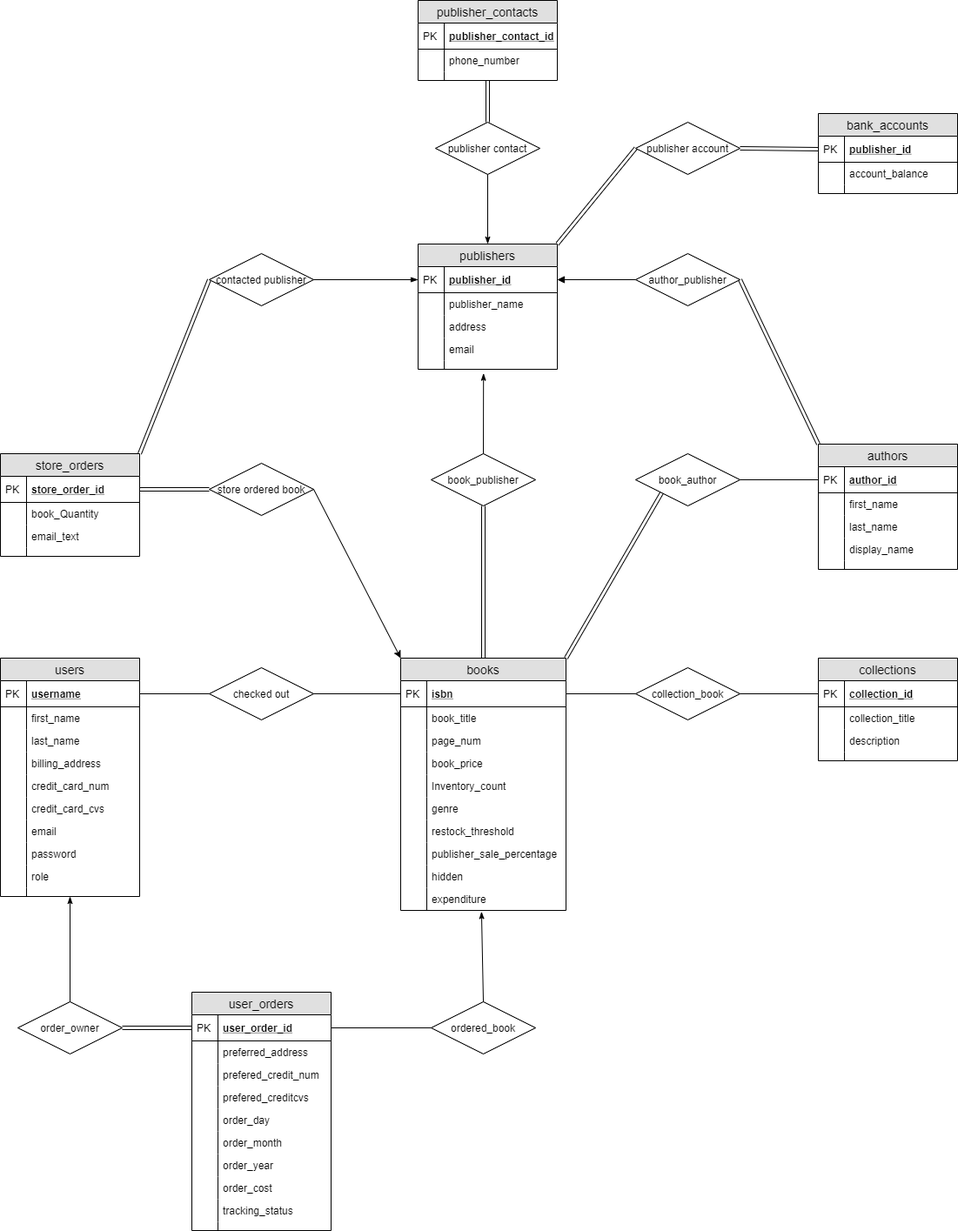
The draw.io diagram docs/erd.png in DarkHorse0311/BookStore_golang_react, before a commit. Source tidied: cells renumbered, new cells last; positions are measured from the earlier drawing's top-left corner, leaving out a move shared by most shapes.
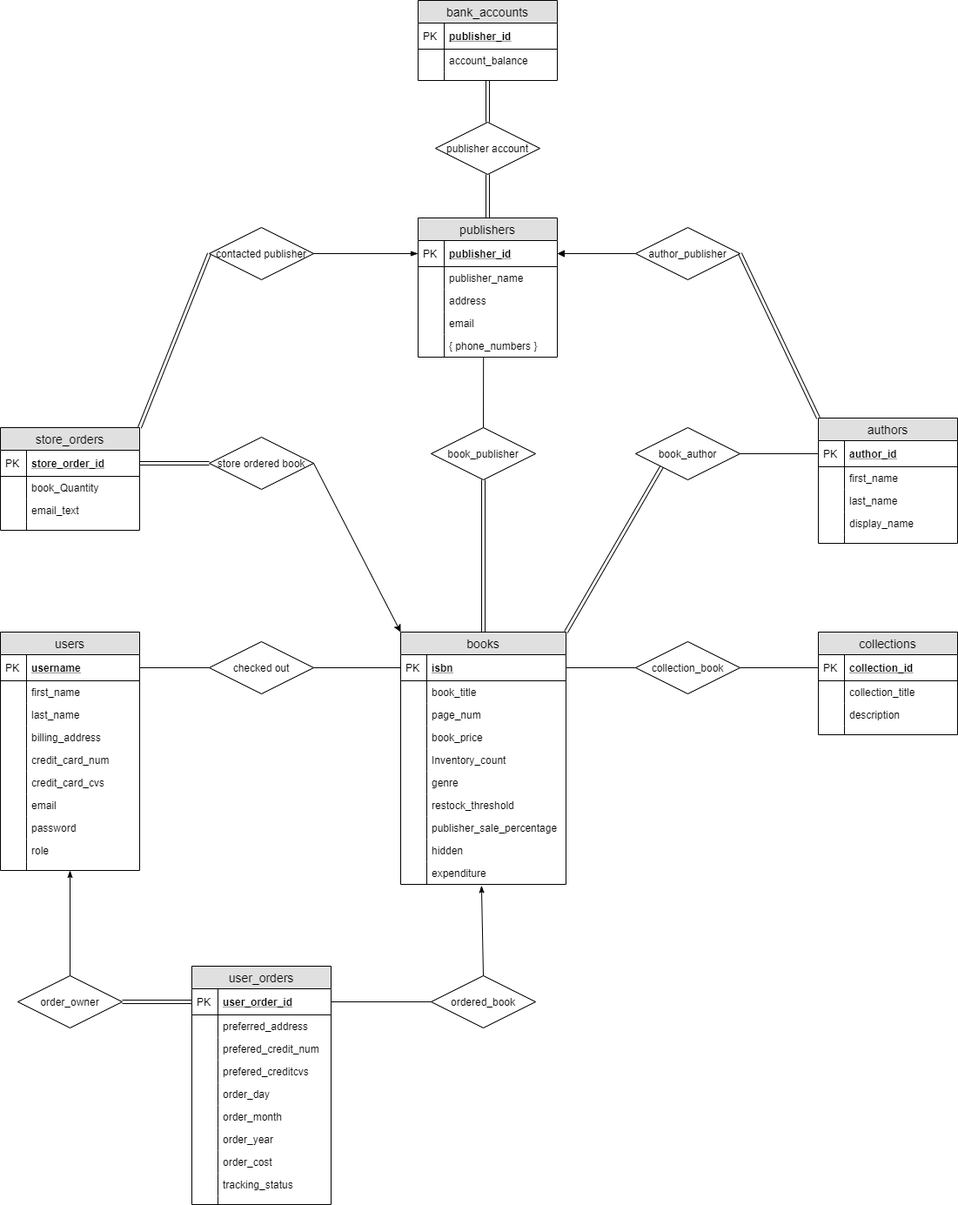
After the commit.

Change to the diagram source:
```diff
@@ -284,11 +284,13 @@
     <mxCell id="95" style="shape=link;html=1;exitX=0.5;exitY=0;exitDx=0;exitDy=0;entryX=0.5;entryY=1;entryDx=0;entryDy=0;" parent="1" edge="1" source="2" target="94">
       <mxGeometry relative="1" as="geometry" />
     </mxCell>
-    <mxCell id="96" style="endArrow=classicThin;html=1;entryX=0.47;entryY=1.465;entryDx=0;entryDy=0;entryPerimeter=0;exitX=0.5;exitY=0;exitDx=0;exitDy=0;endFill=1;" parent="1" edge="1" source="94" target="106">
-      <mxGeometry relative="1" as="geometry" />
+    <mxCell id="96" style="endArrow=classicThin;html=1;entryX=0.47;entryY=1.465;entryDx=0;entryDy=0;entryPerimeter=0;exitX=0.5;exitY=0;exitDx=0;exitDy=0;endFill=1;" parent="1" edge="1" source="94">
+      <mxGeometry relative="1" as="geometry">
+        <mxPoint x="555.2" y="428.7" as="targetPoint" />
+      </mxGeometry>
     </mxCell>
     <mxCell id="97" value="publishers" style="swimlane;fontStyle=0;horizontal=1;startSize=26;fillColor=#e0e0e0;swimlaneFillColor=#ffffff;align=center;fontSize=14;" parent="1" vertex="1">
-      <mxGeometry x="480" y="280" width="160" height="144" as="geometry" />
+      <mxGeometry x="480" y="280" width="160" height="160" as="geometry" />
     </mxCell>
     <mxCell id="98" value="publisher_id" style="shape=partialRectangle;top=0;left=0;right=0;bottom=1;align=left;verticalAlign=middle;fillColor=none;spacingLeft=34;spacingRight=4;overflow=hidden;points=[[0,0.5],[1,0.5]];portConstraint=eastwest;fontStyle=5;fontSize=12;" parent="97" vertex="1">
       <mxGeometry y="26" width="160" height="30" as="geometry" />
@@ -314,12 +316,12 @@
     <mxCell id="105" style="shape=partialRectangle;top=0;left=0;bottom=0;fillColor=none;align=left;verticalAlign=top;spacingLeft=4;spacingRight=4;overflow=hidden;fontSize=12;" parent="104" vertex="1">
       <mxGeometry width="30" height="26" as="geometry" />
     </mxCell>
-    <mxCell id="106" style="shape=partialRectangle;top=0;left=0;right=0;bottom=0;align=left;verticalAlign=top;fillColor=none;spacingLeft=34;spacingRight=4;overflow=hidden;points=[[0,0.5],[1,0.5]];portConstraint=eastwest;fontSize=12;" parent="97" vertex="1">
-      <mxGeometry y="134" width="160" height="10" as="geometry" />
-    </mxCell>
-    <mxCell id="107" style="shape=partialRectangle;top=0;left=0;bottom=0;fillColor=none;align=left;verticalAlign=top;spacingLeft=4;spacingRight=4;overflow=hidden;fontSize=12;" parent="106" vertex="1">
-      <mxGeometry width="30" height="10" as="geometry" />
-    </mxCell>
+    <mxCell id="152" value="{ phone_numbers }" style="shape=partialRectangle;top=0;left=0;right=0;bottom=0;align=left;verticalAlign=top;fillColor=none;spacingLeft=34;spacingRight=4;overflow=hidden;fontSize=12;" parent="97" vertex="1">
+      <mxGeometry y="134" width="160" height="26" as="geometry" />
+    </mxCell>
+    <mxCell id="138" style="shape=partialRectangle;top=0;left=0;bottom=0;fillColor=none;align=left;verticalAlign=top;spacingLeft=4;spacingRight=4;overflow=hidden;fontSize=12;" parent="152" vertex="1">
+      <mxGeometry width="30" height="26" as="geometry" />
+    </mxCell>
     <mxCell id="108" value="author_publisher" style="shape=rhombus;perimeter=rhombusPerimeter;whiteSpace=wrap;html=1;align=center;" parent="1" vertex="1">
       <mxGeometry x="730" y="291" width="120" height="60" as="geometry" />
     </mxCell>
@@ -389,41 +391,11 @@
     <mxCell id="130" style="shape=link;html=1;exitX=1;exitY=0;exitDx=0;exitDy=0;entryX=0;entryY=0.5;entryDx=0;entryDy=0;" parent="1" edge="1" source="118" target="127">
       <mxGeometry relative="1" as="geometry" />
     </mxCell>
-    <mxCell id="131" style="shape=link;html=1;rounded=0;exitX=1;exitY=0.5;exitDx=0;exitDy=0;entryX=0;entryY=0.5;entryDx=0;entryDy=0;strokeWidth=1;" parent="1" edge="1" source="149" target="143">
+    <mxCell id="131" style="shape=link;html=1;rounded=0;exitX=0.5;exitY=0;exitDx=0;exitDy=0;entryX=0.5;entryY=0.9;entryDx=0;entryDy=0;strokeWidth=1;entryPerimeter=0;" parent="1" edge="1" source="149" target="147">
       <mxGeometry relative="1" as="geometry" />
     </mxCell>
-    <mxCell id="132" style="shape=link;html=1;rounded=0;strokeWidth=1;entryX=0.5;entryY=0;entryDx=0;entryDy=0;" parent="1" edge="1" source="139" target="133">
-      <mxGeometry relative="1" as="geometry" />
-    </mxCell>
-    <mxCell id="133" value="publisher contact" style="shape=rhombus;perimeter=rhombusPerimeter;whiteSpace=wrap;html=1;align=center;strokeColor=#000000;" parent="1" vertex="1">
-      <mxGeometry x="500" y="140" width="120" height="60" as="geometry" />
-    </mxCell>
-    <mxCell id="134" value="publisher_contacts" style="swimlane;fontStyle=0;horizontal=1;startSize=26;fillColor=#e0e0e0;swimlaneFillColor=#ffffff;align=center;fontSize=14;" parent="1" vertex="1">
-      <mxGeometry x="480" width="160" height="92" as="geometry" />
-    </mxCell>
-    <mxCell id="135" value="publisher_contact_id" style="shape=partialRectangle;top=0;left=0;right=0;bottom=1;align=left;verticalAlign=middle;fillColor=none;spacingLeft=34;spacingRight=4;overflow=hidden;fontStyle=5;fontSize=12;" parent="134" vertex="1">
-      <mxGeometry y="26" width="160" height="30" as="geometry" />
-    </mxCell>
-    <mxCell id="136" value="PK" style="shape=partialRectangle;top=0;left=0;bottom=0;fillColor=none;align=left;verticalAlign=middle;spacingLeft=4;spacingRight=4;overflow=hidden;fontSize=12;" parent="135" vertex="1">
-      <mxGeometry width="30" height="30" as="geometry" />
-    </mxCell>
-    <mxCell id="137" value="phone_number" style="shape=partialRectangle;top=0;left=0;right=0;bottom=0;align=left;verticalAlign=top;fillColor=none;spacingLeft=34;spacingRight=4;overflow=hidden;fontSize=12;" parent="134" vertex="1">
-      <mxGeometry y="56" width="160" height="26" as="geometry" />
-    </mxCell>
-    <mxCell id="138" style="shape=partialRectangle;top=0;left=0;bottom=0;fillColor=none;align=left;verticalAlign=top;spacingLeft=4;spacingRight=4;overflow=hidden;fontSize=12;" parent="137" vertex="1">
-      <mxGeometry width="30" height="26" as="geometry" />
-    </mxCell>
-    <mxCell id="139" style="shape=partialRectangle;top=0;left=0;right=0;bottom=0;align=left;verticalAlign=top;fillColor=none;spacingLeft=34;spacingRight=4;overflow=hidden;points=[[0,0.5],[1,0.5]];portConstraint=eastwest;fontSize=12;" parent="134" vertex="1">
-      <mxGeometry y="82" width="160" height="10" as="geometry" />
-    </mxCell>
-    <mxCell id="140" style="shape=partialRectangle;top=0;left=0;bottom=0;fillColor=none;align=left;verticalAlign=top;spacingLeft=4;spacingRight=4;overflow=hidden;fontSize=12;" parent="139" vertex="1">
-      <mxGeometry width="30" height="10" as="geometry" />
-    </mxCell>
-    <mxCell id="141" style="endArrow=classicThin;html=1;rounded=0;strokeWidth=1;entryX=0.5;entryY=0;entryDx=0;entryDy=0;exitX=0.5;exitY=1;exitDx=0;exitDy=0;startArrow=none;startFill=0;endFill=1;" parent="1" edge="1" source="133" target="97">
-      <mxGeometry relative="1" as="geometry" />
-    </mxCell>
     <mxCell id="142" value="bank_accounts" style="swimlane;fontStyle=0;horizontal=1;startSize=26;fillColor=#e0e0e0;swimlaneFillColor=#ffffff;align=center;fontSize=14;" parent="1" vertex="1">
-      <mxGeometry x="940" y="130" width="160" height="92" as="geometry" />
+      <mxGeometry x="480" y="30" width="160" height="92" as="geometry" />
     </mxCell>
     <mxCell id="143" value="publisher_id" style="shape=partialRectangle;top=0;left=0;right=0;bottom=1;align=left;verticalAlign=middle;fillColor=none;spacingLeft=34;spacingRight=4;overflow=hidden;points=[[0,0.5],[1,0.5]];portConstraint=eastwest;fontStyle=5;fontSize=12;" parent="142" vertex="1">
       <mxGeometry y="26" width="160" height="30" as="geometry" />
@@ -444,10 +416,12 @@
       <mxGeometry width="30" height="10" as="geometry" />
     </mxCell>
     <mxCell id="149" value="publisher account" style="shape=rhombus;perimeter=rhombusPerimeter;whiteSpace=wrap;html=1;align=center;" parent="1" vertex="1">
-      <mxGeometry x="730" y="140" width="120" height="60" as="geometry" />
+      <mxGeometry x="500" y="170" width="120" height="60" as="geometry" />
     </mxCell>
-    <mxCell id="150" style="shape=link;html=1;rounded=0;exitX=1;exitY=0;exitDx=0;exitDy=0;entryX=0;entryY=0.5;entryDx=0;entryDy=0;strokeWidth=1;" parent="1" edge="1" source="97" target="149">
-      <mxGeometry relative="1" as="geometry" />
+    <mxCell id="150" style="shape=link;html=1;rounded=0;exitX=0.5;exitY=0;exitDx=0;exitDy=0;strokeWidth=1;" parent="1" edge="1" source="97">
+      <mxGeometry relative="1" as="geometry">
+        <mxPoint x="560" y="230" as="targetPoint" />
+      </mxGeometry>
     </mxCell>
     <mxCell id="151" style="html=1;exitX=1;exitY=0.5;exitDx=0;exitDy=0;endArrow=none;endFill=0;" parent="1" edge="1" source="24" target="111">
       <mxGeometry relative="1" as="geometry" />
```
